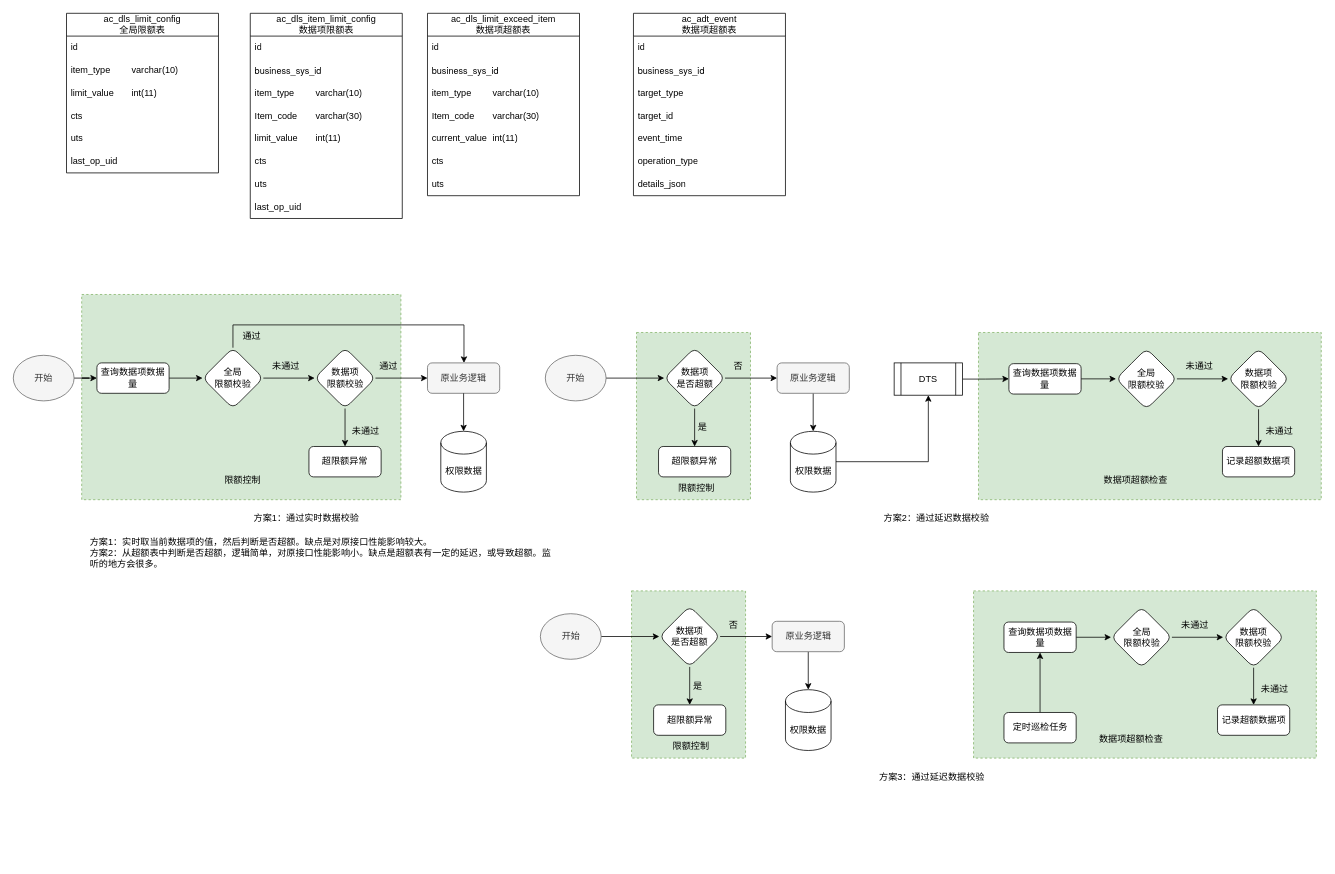
Earlier version of the draw.io diagram 限额模块.drawio (yamilinqh/spicedb). Source tidied: cells renumbered, new cells numbered last; positions are measured from the earlier drawing's top-left corner, leaving out a move shared by most shapes. Both pictures are drawn from the tidied source at 76%, with x=0, y=0 at pixel (13, 13).
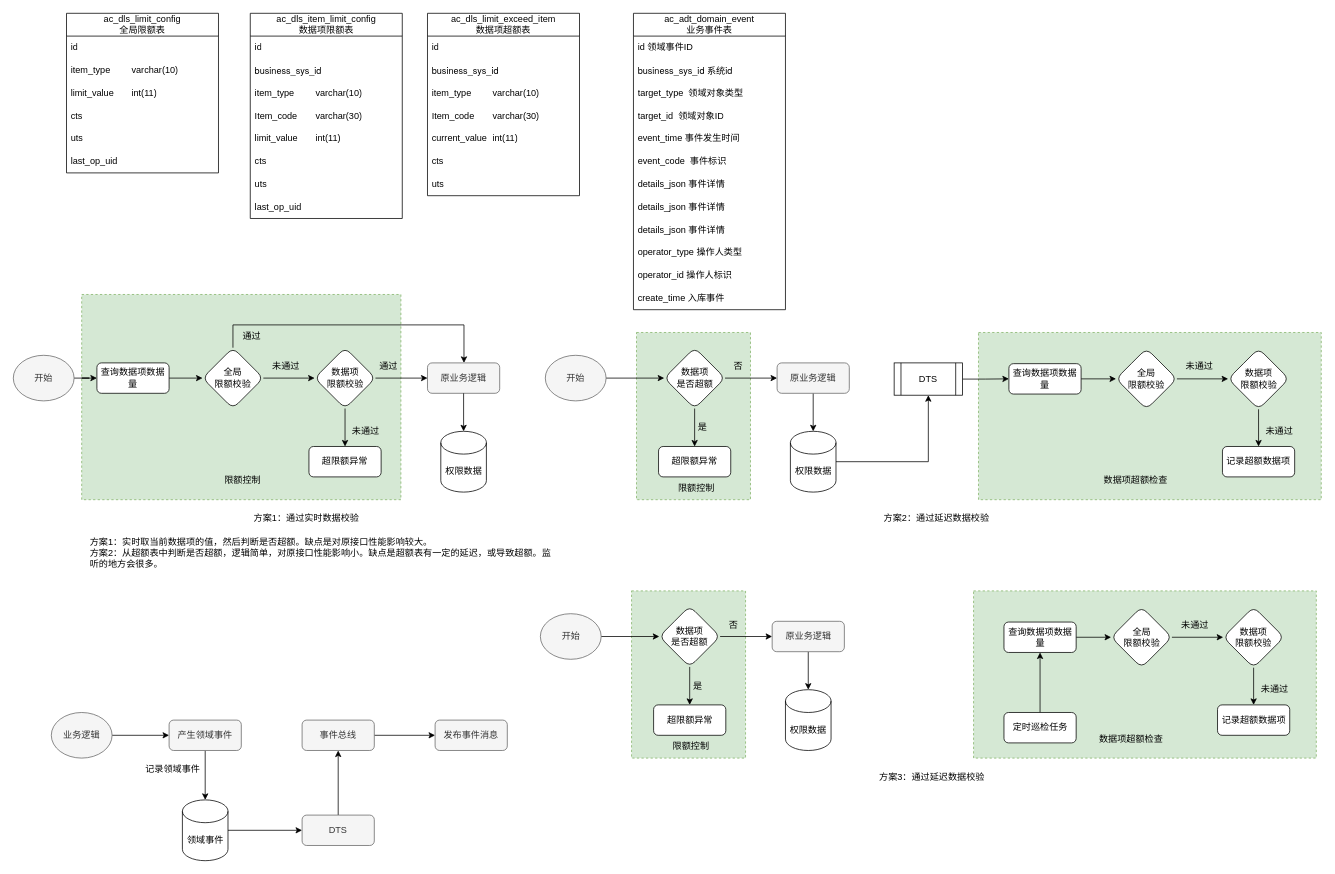
The same page after the edit.

Diff of the diagram source:
```diff
@@
-    <mxCell id="103" value="ac_adt_event&lt;br&gt;数据项超额表" style="swimlane;fontStyle=0;horizontal=1;startSize=30;whiteSpace=wrap;html=1;" parent="1" vertex="1">
-      <mxGeometry x="816" width="200" height="240" as="geometry" />
+    <mxCell id="103" value="ac_adt_domain_event&lt;br&gt;业务事件表" style="swimlane;fontStyle=0;horizontal=1;startSize=30;whiteSpace=wrap;html=1;" parent="1" vertex="1">
+      <mxGeometry x="816" width="200" height="390" as="geometry" />
     </mxCell>
-    <mxCell id="104" value="id" style="text;strokeColor=none;fillColor=none;align=left;verticalAlign=middle;spacingLeft=4;spacingRight=4;overflow=hidden;whiteSpace=wrap;html=1;" parent="103" vertex="1">
+    <mxCell id="104" value="id 领域事件ID" style="text;strokeColor=none;fillColor=none;align=left;verticalAlign=middle;spacingLeft=4;spacingRight=4;overflow=hidden;whiteSpace=wrap;html=1;" parent="103" vertex="1">
       <mxGeometry y="30" width="200" height="30" as="geometry" />
     </mxCell>
-    <mxCell id="105" value="&lt;span style=&quot;font-family: &amp;quot;Helvetica Neue&amp;quot;, Helvetica, Arial, &amp;quot;PingFang SC&amp;quot;, &amp;quot;Heiti SC&amp;quot;, &amp;quot;Hiragino Sans GB&amp;quot;, &amp;quot;Microsoft YaHei&amp;quot;, sans-serif;&quot;&gt;business_sys_id&lt;/span&gt;" style="text;strokeColor=none;fillColor=none;align=left;verticalAlign=middle;spacingLeft=4;spacingRight=4;overflow=hidden;whiteSpace=wrap;html=1;" parent="103" vertex="1">
+    <mxCell id="105" value="&lt;span style=&quot;font-family: &amp;quot;Helvetica Neue&amp;quot;, Helvetica, Arial, &amp;quot;PingFang SC&amp;quot;, &amp;quot;Heiti SC&amp;quot;, &amp;quot;Hiragino Sans GB&amp;quot;, &amp;quot;Microsoft YaHei&amp;quot;, sans-serif;&quot;&gt;business_sys_id 系统id&lt;/span&gt;" style="text;strokeColor=none;fillColor=none;align=left;verticalAlign=middle;spacingLeft=4;spacingRight=4;overflow=hidden;whiteSpace=wrap;html=1;" parent="103" vertex="1">
       <mxGeometry y="60" width="200" height="30" as="geometry" />
     </mxCell>
-    <mxCell id="106" value="target_type" style="text;strokeColor=none;fillColor=none;align=left;verticalAlign=middle;spacingLeft=4;spacingRight=4;overflow=hidden;whiteSpace=wrap;html=1;" parent="103" vertex="1">
+    <mxCell id="106" value="target_type&amp;nbsp; 领域对象类型" style="text;strokeColor=none;fillColor=none;align=left;verticalAlign=middle;spacingLeft=4;spacingRight=4;overflow=hidden;whiteSpace=wrap;html=1;" parent="103" vertex="1">
       <mxGeometry y="90" width="200" height="30" as="geometry" />
     </mxCell>
-    <mxCell id="107" value="target_id" style="text;strokeColor=none;fillColor=none;align=left;verticalAlign=middle;spacingLeft=4;spacingRight=4;overflow=hidden;whiteSpace=wrap;html=1;" parent="103" vertex="1">
+    <mxCell id="107" value="target_id&amp;nbsp; 领域对象ID" style="text;strokeColor=none;fillColor=none;align=left;verticalAlign=middle;spacingLeft=4;spacingRight=4;overflow=hidden;whiteSpace=wrap;html=1;" parent="103" vertex="1">
       <mxGeometry y="120" width="200" height="30" as="geometry" />
     </mxCell>
-    <mxCell id="108" value="event_time" style="text;strokeColor=none;fillColor=none;align=left;verticalAlign=middle;spacingLeft=4;spacingRight=4;overflow=hidden;whiteSpace=wrap;html=1;" parent="103" vertex="1">
+    <mxCell id="108" value="event_time 事件发生时间" style="text;strokeColor=none;fillColor=none;align=left;verticalAlign=middle;spacingLeft=4;spacingRight=4;overflow=hidden;whiteSpace=wrap;html=1;" parent="103" vertex="1">
       <mxGeometry y="150" width="200" height="30" as="geometry" />
     </mxCell>
-    <mxCell id="109" value="operation_type" style="text;strokeColor=none;fillColor=none;align=left;verticalAlign=middle;spacingLeft=4;spacingRight=4;overflow=hidden;whiteSpace=wrap;html=1;" parent="103" vertex="1">
+    <mxCell id="109" value="event_code&amp;nbsp; 事件标识" style="text;strokeColor=none;fillColor=none;align=left;verticalAlign=middle;spacingLeft=4;spacingRight=4;overflow=hidden;whiteSpace=wrap;html=1;" parent="103" vertex="1">
       <mxGeometry y="180" width="200" height="30" as="geometry" />
     </mxCell>
-    <mxCell id="110" value="details_json" style="text;strokeColor=none;fillColor=none;align=left;verticalAlign=middle;spacingLeft=4;spacingRight=4;overflow=hidden;whiteSpace=wrap;html=1;" parent="103" vertex="1">
+    <mxCell id="110" value="details_json 事件详情&amp;nbsp;" style="text;strokeColor=none;fillColor=none;align=left;verticalAlign=middle;spacingLeft=4;spacingRight=4;overflow=hidden;whiteSpace=wrap;html=1;" parent="103" vertex="1">
       <mxGeometry y="210" width="200" height="30" as="geometry" />
     </mxCell>
+    <mxCell id="111" value="details_json 事件详情&amp;nbsp;" style="text;strokeColor=none;fillColor=none;align=left;verticalAlign=middle;spacingLeft=4;spacingRight=4;overflow=hidden;whiteSpace=wrap;html=1;" parent="103" vertex="1">
+      <mxGeometry y="240" width="200" height="30" as="geometry" />
+    </mxCell>
+    <mxCell id="112" value="details_json 事件详情&amp;nbsp;" style="text;strokeColor=none;fillColor=none;align=left;verticalAlign=middle;spacingLeft=4;spacingRight=4;overflow=hidden;whiteSpace=wrap;html=1;" parent="103" vertex="1">
+      <mxGeometry y="270" width="200" height="30" as="geometry" />
+    </mxCell>
+    <mxCell id="113" value="operator_type 操作人类型" style="text;strokeColor=none;fillColor=none;align=left;verticalAlign=middle;spacingLeft=4;spacingRight=4;overflow=hidden;whiteSpace=wrap;html=1;" parent="103" vertex="1">
+      <mxGeometry y="300" width="200" height="30" as="geometry" />
+    </mxCell>
+    <mxCell id="114" value="operator_id 操作人标识&amp;nbsp;&amp;nbsp;" style="text;strokeColor=none;fillColor=none;align=left;verticalAlign=middle;spacingLeft=4;spacingRight=4;overflow=hidden;whiteSpace=wrap;html=1;" parent="103" vertex="1">
+      <mxGeometry y="330" width="200" height="30" as="geometry" />
+    </mxCell>
+    <mxCell id="115" value="create_time 入库事件" style="text;strokeColor=none;fillColor=none;align=left;verticalAlign=middle;spacingLeft=4;spacingRight=4;overflow=hidden;whiteSpace=wrap;html=1;" parent="103" vertex="1">
+      <mxGeometry y="360" width="200" height="30" as="geometry" />
+    </mxCell>
+    <mxCell id="116" style="edgeStyle=orthogonalEdgeStyle;rounded=0;jettySize=auto;html=1;" parent="1" edge="1" source="117" target="125">
+      <mxGeometry relative="1" as="geometry" />
+    </mxCell>
+    <mxCell id="117" value="领域事件" style="shape=cylinder3;whiteSpace=wrap;html=1;boundedLbl=1;backgroundOutline=1;size=15;" parent="1" vertex="1">
+      <mxGeometry x="222.5" y="1035" width="60" height="80" as="geometry" />
+    </mxCell>
+    <mxCell id="118" style="edgeStyle=orthogonalEdgeStyle;rounded=0;jettySize=auto;html=1;" parent="1" edge="1" source="123" target="120">
+      <mxGeometry relative="1" as="geometry" />
+    </mxCell>
+    <mxCell id="119" style="edgeStyle=orthogonalEdgeStyle;rounded=0;jettySize=auto;html=1;" parent="1" edge="1" source="120" target="117">
+      <mxGeometry relative="1" as="geometry" />
+    </mxCell>
+    <mxCell id="120" value="产生领域事件" style="whiteSpace=wrap;html=1;rounded=1;fillColor=#f5f5f5;strokeColor=#666666;fontColor=#333333;" parent="1" vertex="1">
+      <mxGeometry x="205" y="930" width="95" height="40" as="geometry" />
+    </mxCell>
+    <mxCell id="121" style="edgeStyle=orthogonalEdgeStyle;rounded=0;jettySize=auto;html=1;" parent="1" edge="1" source="122" target="127">
+      <mxGeometry relative="1" as="geometry" />
+    </mxCell>
+    <mxCell id="122" value="事件总线" style="whiteSpace=wrap;html=1;rounded=1;fillColor=#f5f5f5;strokeColor=#666666;fontColor=#333333;" parent="1" vertex="1">
+      <mxGeometry x="380" y="930" width="95" height="40" as="geometry" />
+    </mxCell>
+    <mxCell id="123" value="业务逻辑" style="ellipse;whiteSpace=wrap;html=1;fillColor=#f5f5f5;strokeColor=#666666;fontColor=#333333;" parent="1" vertex="1">
+      <mxGeometry x="50" y="920" width="80" height="60" as="geometry" />
+    </mxCell>
+    <mxCell id="124" style="edgeStyle=orthogonalEdgeStyle;rounded=0;jettySize=auto;html=1;" parent="1" edge="1" source="125" target="122">
+      <mxGeometry relative="1" as="geometry" />
+    </mxCell>
+    <mxCell id="125" value="DTS" style="whiteSpace=wrap;html=1;rounded=1;fillColor=#f5f5f5;strokeColor=#666666;fontColor=#333333;" parent="1" vertex="1">
+      <mxGeometry x="380" y="1055" width="95" height="40" as="geometry" />
+    </mxCell>
+    <mxCell id="126" value="记录领域事件" style="text;html=1;align=center;verticalAlign=middle;whiteSpace=wrap;rounded=0;" parent="1" vertex="1">
+      <mxGeometry x="170" y="980" width="80" height="30" as="geometry" />
+    </mxCell>
+    <mxCell id="127" value="发布事件消息" style="whiteSpace=wrap;html=1;rounded=1;fillColor=#f5f5f5;strokeColor=#666666;fontColor=#333333;" parent="1" vertex="1">
+      <mxGeometry x="555" y="930" width="95" height="40" as="geometry" />
+    </mxCell>
```
